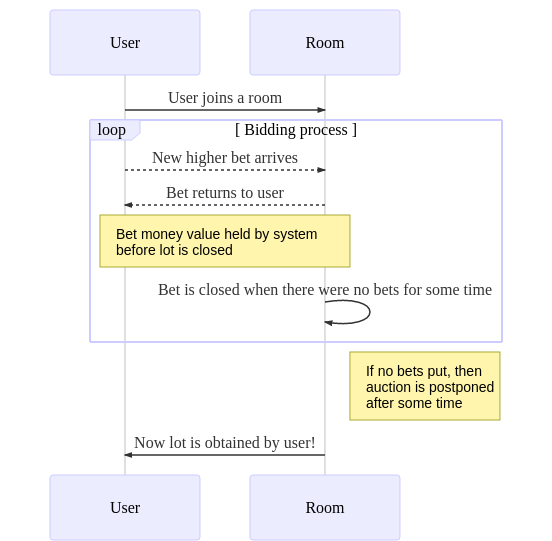
This is documentation/lifecycle_2.png from Pyroarsonist/GoodsVille, a Mermaid export, as it was before one commit. Its source is kept beside it as documentation/lifecycle_2.mmd.
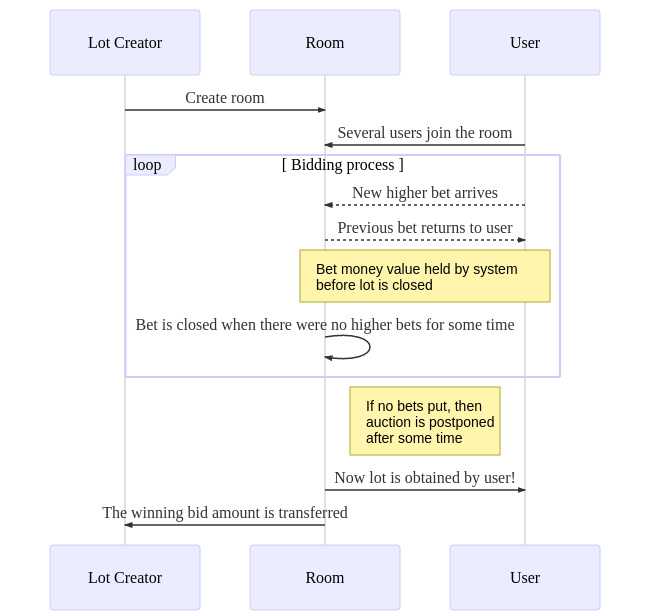
After the change.

Commit message:
updated auction lifecycle

Change to the diagram source:
```diff
@@ -1,10 +1,12 @@
 sequenceDiagram
-    User->>Room: User joins a room
+    Lot Creator ->> Room: Create room
+    User ->> Room: Several users join the room
     loop Bidding process
-        User-->>Room: New higher bet arrives
-        Room-->>User: Bet returns to user
-Note over User,Room: Bet money value held by system<br/>before lot is closed
-        Room->>Room: Bet is closed when there were no bets for some time
+        User -->> Room: New higher bet arrives
+        Room -->> User: Previous bet returns to user
+    Note over User,Room: Bet money value held by system<br/>before lot is closed
+        Room ->> Room: Bet is closed when there were no higher bets for some time
     end
     Note right of Room: If no bets put, then<br/>auction is postponed<br/>after some time
-    Room->>User: Now lot is obtained by user!
+    Room ->> User: Now lot is obtained by user!
+    Room ->> Lot Creator: The winning bid amount is transferred
```
